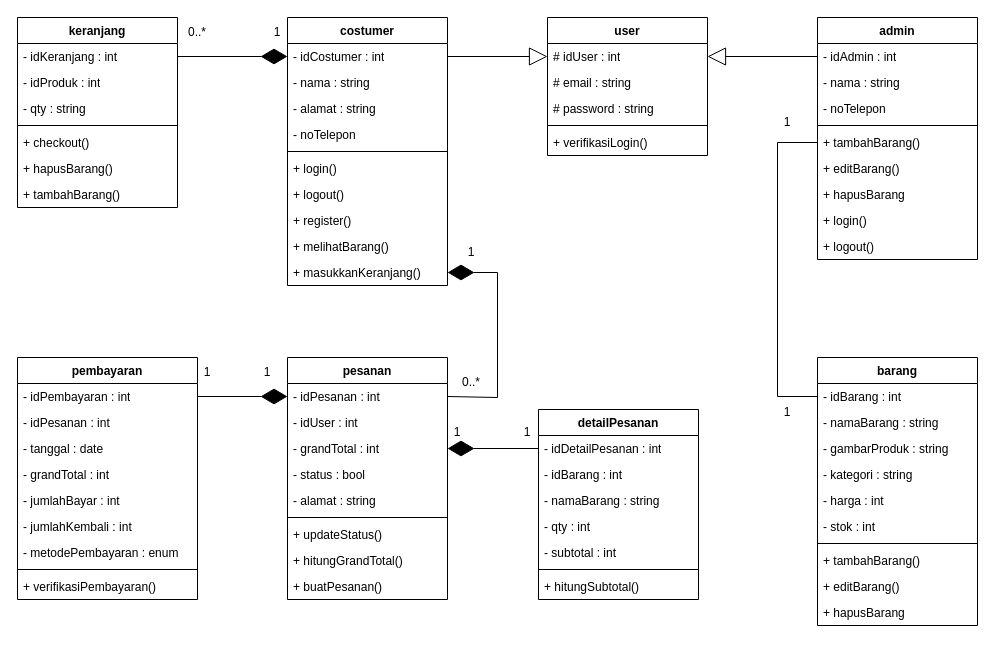
Before: Class-Diagram-Ecommerce-Elektronik.drawio in zerocode0806/Flowchart-E-Comerce-Elektronik, a draw.io diagram. Source tidied: cells renumbered, new cells numbered last; positions are measured from the earlier drawing's top-left corner, leaving out a move shared by most shapes. Both pictures are drawn from the tidied source at 100%, with x=0, y=0 at pixel (17, 17).
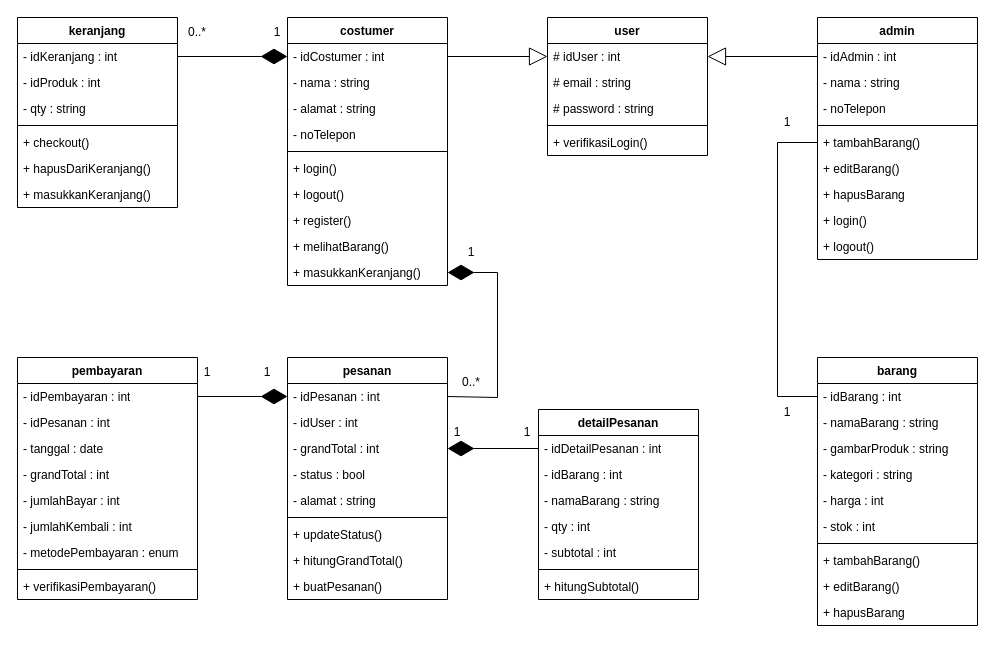
The same diagram, later.

Unchanged cells that the change refers to:
```xml
<mxCell id="29" value="keranjang" style="swimlane;fontStyle=1;align=center;verticalAlign=top;horizontal=1;startSize=26;whiteSpace=wrap;html=1;" parent="1" vertex="1">
  <mxGeometry width="160" height="190" as="geometry" />
</mxCell>
```

Diff of the diagram source:
```diff
@@
-    <mxCell id="35" value="+ hapusBarang()" style="text;strokeColor=none;fillColor=none;align=left;verticalAlign=top;spacingLeft=4;spacingRight=4;overflow=hidden;whiteSpace=wrap;html=1;" parent="29" vertex="1">
+    <mxCell id="35" value="+ hapusDariKeranjang()" style="text;strokeColor=none;fillColor=none;align=left;verticalAlign=top;spacingLeft=4;spacingRight=4;overflow=hidden;whiteSpace=wrap;html=1;" parent="29" vertex="1">
       <mxGeometry y="138" width="160" height="26" as="geometry" />
     </mxCell>
-    <mxCell id="36" value="+ tambahBarang()" style="text;strokeColor=none;fillColor=none;align=left;verticalAlign=top;spacingLeft=4;spacingRight=4;overflow=hidden;whiteSpace=wrap;html=1;" parent="29" vertex="1">
+    <mxCell id="36" value="+ masukkanKeranjang()" style="text;strokeColor=none;fillColor=none;align=left;verticalAlign=top;spacingLeft=4;spacingRight=4;overflow=hidden;whiteSpace=wrap;html=1;" parent="29" vertex="1">
       <mxGeometry y="164" width="160" height="26" as="geometry" />
     </mxCell>
```
